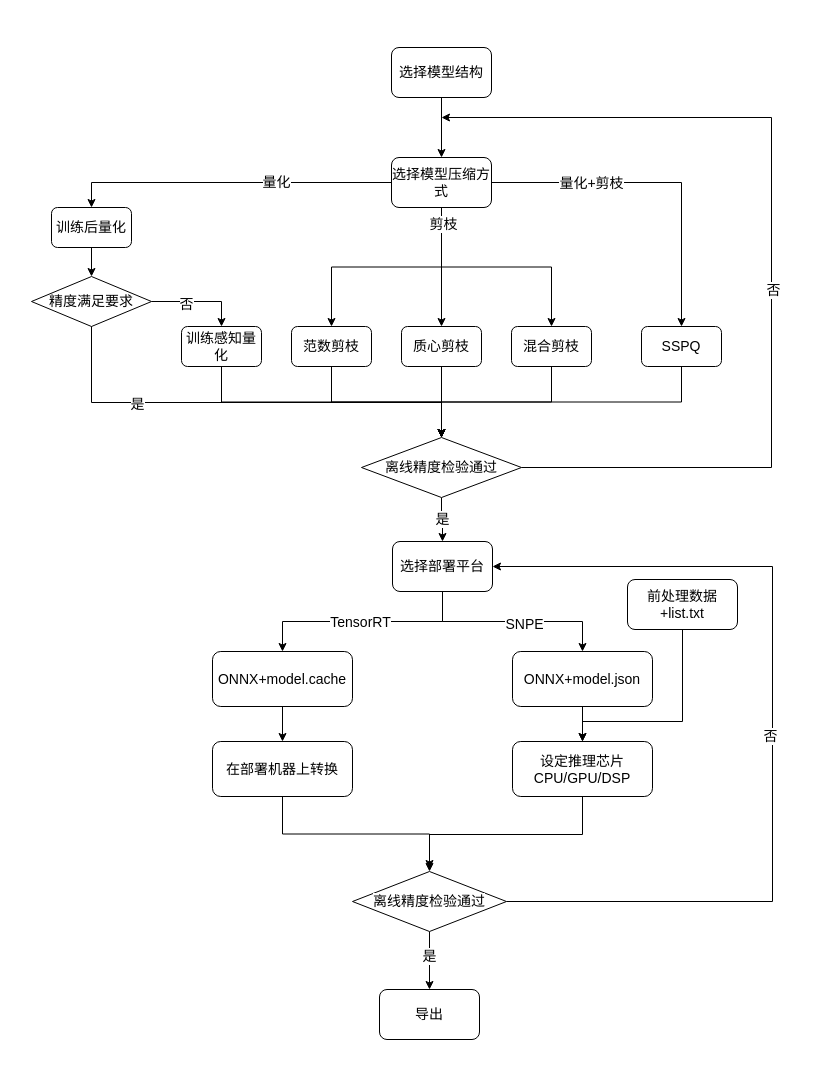
JIANGBOFENG/MY_GIT_Repo keeps this draw.io diagram as 工作流.drawio. Above is the earlier version. Source tidied: cells renumbered, new cells numbered last; positions are measured from the earlier drawing's top-left corner, leaving out a move shared by most shapes. Both pictures are drawn from the tidied source at 100%, with x=0, y=0 at pixel (31, 47).
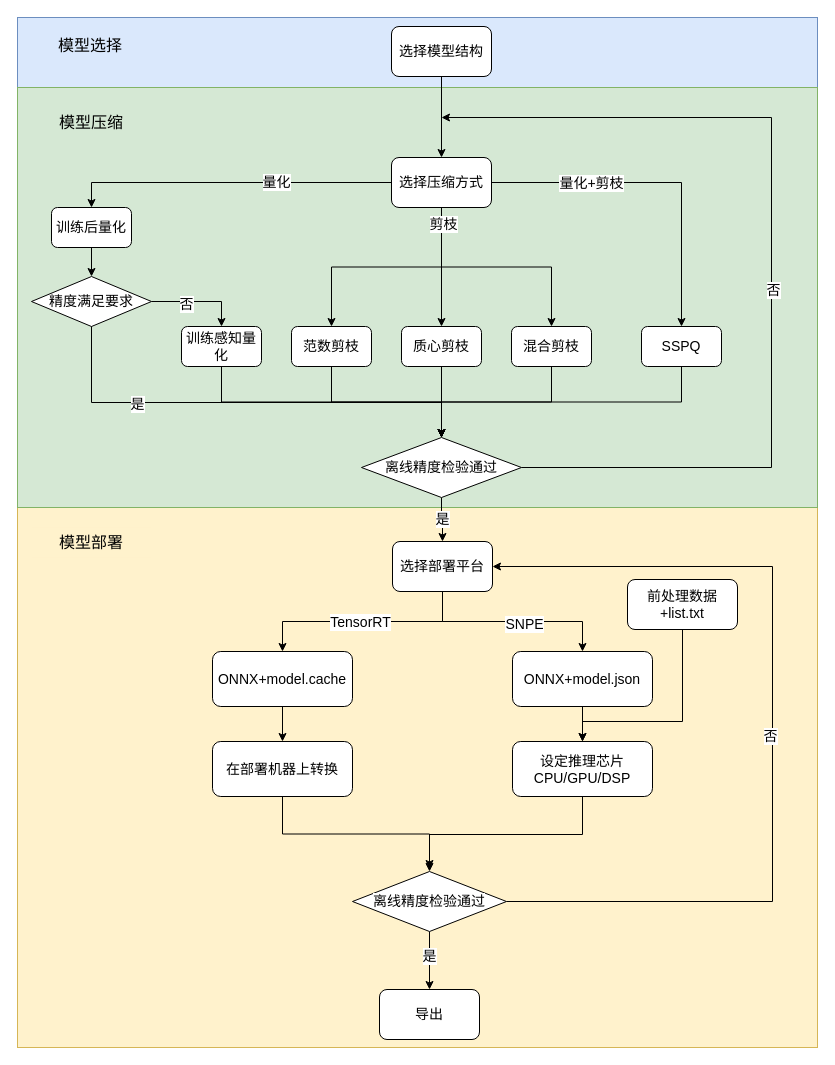
Above is the later version.

Commit message:
更新工作流.drawio

Change to the diagram source:
```diff
@@
+    <mxCell id="55" style="rounded=0;whiteSpace=wrap;html=1;fillColor=#dae8fc;strokeColor=#6c8ebf;" parent="1" vertex="1">
+      <mxGeometry x="-14" y="-30" width="800" height="70" as="geometry" />
+    </mxCell>
+    <mxCell id="56" style="rounded=0;whiteSpace=wrap;html=1;fillColor=#fff2cc;strokeColor=#d6b656;" parent="1" vertex="1">
+      <mxGeometry x="-14" y="460" width="800" height="540" as="geometry" />
+    </mxCell>
+    <mxCell id="57" value="&lt;font style=&quot;font-size: 16px;&quot;&gt;模型部署&lt;/font&gt;" style="text;html=1;strokeColor=none;fillColor=#fff2cc;align=center;verticalAlign=middle;whiteSpace=wrap;rounded=0;" parent="1" vertex="1">
+      <mxGeometry y="480" width="120" height="30" as="geometry" />
+    </mxCell>
+    <mxCell id="58" style="rounded=0;whiteSpace=wrap;html=1;fillColor=#d5e8d4;strokeColor=#82b366;" parent="1" vertex="1">
+      <mxGeometry x="-14" y="40" width="800" height="420" as="geometry" />
+    </mxCell>
@@
-    <mxCell id="9" value="选择模型压缩方式" style="rounded=1;whiteSpace=wrap;html=1;fontSize=14;" parent="1" vertex="1">
+    <mxCell id="9" value="选择压缩方式" style="rounded=1;whiteSpace=wrap;html=1;fontSize=14;" parent="1" vertex="1">
       <mxGeometry x="360" y="110" width="100" height="50" as="geometry" />
     </mxCell>
@@
     <mxCell id="15" value="选择模型结构" style="rounded=1;whiteSpace=wrap;html=1;fontSize=14;" parent="1" vertex="1">
-      <mxGeometry x="360" width="100" height="50" as="geometry" />
+      <mxGeometry x="360" y="-21" width="100" height="50" as="geometry" />
     </mxCell>
@@
+    <mxCell id="59" value="&lt;font style=&quot;font-size: 16px;&quot;&gt;模型压缩&lt;/font&gt;" style="text;html=1;strokeColor=none;fillColor=none;align=center;verticalAlign=middle;whiteSpace=wrap;rounded=0;" parent="1" vertex="1">
+      <mxGeometry y="60" width="120" height="30" as="geometry" />
+    </mxCell>
+    <mxCell id="60" value="&lt;font style=&quot;font-size: 16px;&quot;&gt;模型选择&lt;/font&gt;" style="text;html=1;strokeColor=none;fillColor=none;align=center;verticalAlign=middle;whiteSpace=wrap;rounded=0;" parent="1" vertex="1">
+      <mxGeometry x="-1" y="-17" width="120" height="30" as="geometry" />
+    </mxCell>
```
